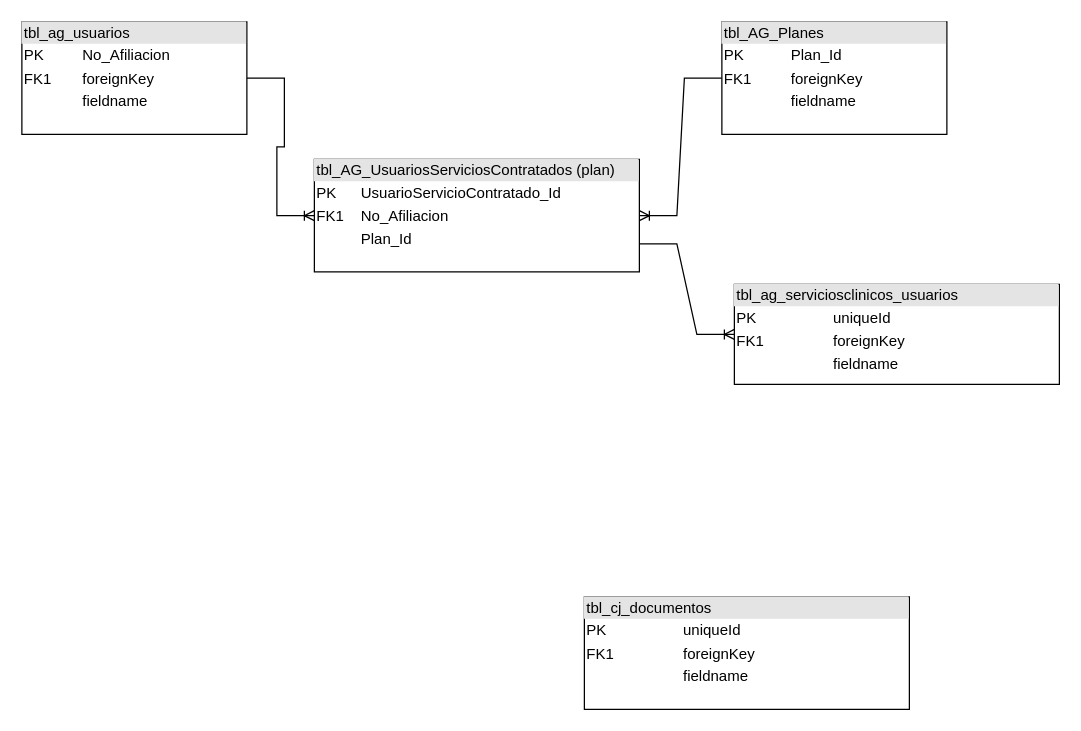
Before: page "Página-1" (1 of 2) of Diagrama sin título.drawio in rsosa02/sam-docs, a draw.io diagram. Source tidied: cells renumbered, new cells numbered last; positions are measured from the earlier drawing's top-left corner, leaving out a move shared by most shapes. Both pictures are drawn from the tidied source at 125%, with x=0, y=0 at pixel (21, 21).
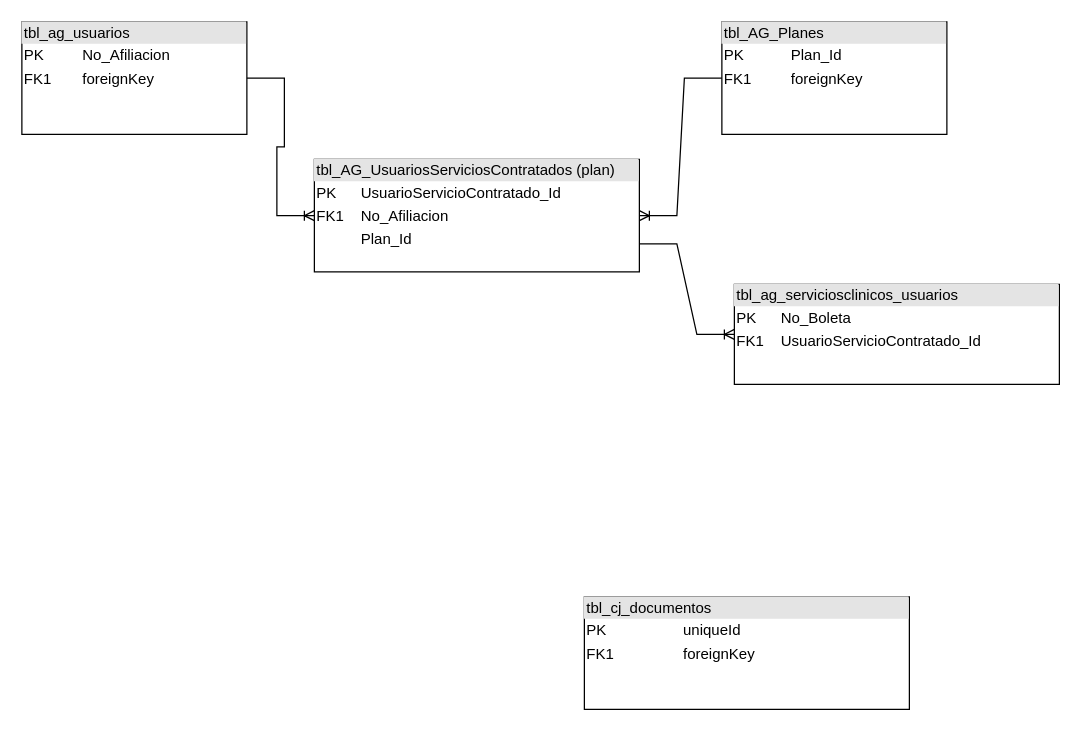
Above is the later version.

Diff of the diagram source:
```diff
@@
 <mxGraphModel>
   <root>
     <mxCell id="0" />
     <mxCell id="1" parent="0" />
     <mxCell id="2" value="&lt;div style=&quot;box-sizing:border-box;width:100%;background:#e4e4e4;padding:2px;&quot;&gt;tbl_AG_UsuariosServiciosContratados (plan)&lt;/div&gt;&lt;table style=&quot;width:100%;font-size:1em;&quot; cellpadding=&quot;2&quot; cellspacing=&quot;0&quot;&gt;&lt;tbody&gt;&lt;tr&gt;&lt;td&gt;PK&lt;/td&gt;&lt;td&gt;UsuarioServicioContratado_Id&lt;/td&gt;&lt;/tr&gt;&lt;tr&gt;&lt;td&gt;FK1&lt;/td&gt;&lt;td&gt;No_Afiliacion&lt;/td&gt;&lt;/tr&gt;&lt;tr&gt;&lt;td&gt;&lt;/td&gt;&lt;td&gt;Plan_Id&lt;/td&gt;&lt;/tr&gt;&lt;/tbody&gt;&lt;/table&gt;" style="verticalAlign=top;align=left;overflow=fill;html=1;" parent="1" vertex="1">
       <mxGeometry x="234" y="110" width="260" height="90" as="geometry" />
     </mxCell>
-    <mxCell id="3" value="&lt;div style=&quot;box-sizing:border-box;width:100%;background:#e4e4e4;padding:2px;&quot;&gt;tbl_ag_usuarios&lt;/div&gt;&lt;table style=&quot;width:100%;font-size:1em;&quot; cellpadding=&quot;2&quot; cellspacing=&quot;0&quot;&gt;&lt;tbody&gt;&lt;tr&gt;&lt;td&gt;PK&lt;/td&gt;&lt;td&gt;No_Afiliacion&lt;/td&gt;&lt;/tr&gt;&lt;tr&gt;&lt;td&gt;FK1&lt;/td&gt;&lt;td&gt;foreignKey&lt;/td&gt;&lt;/tr&gt;&lt;tr&gt;&lt;td&gt;&lt;/td&gt;&lt;td&gt;fieldname&lt;/td&gt;&lt;/tr&gt;&lt;/tbody&gt;&lt;/table&gt;" style="verticalAlign=top;align=left;overflow=fill;html=1;" parent="1" vertex="1">
+    <mxCell id="3" value="&lt;div style=&quot;box-sizing:border-box;width:100%;background:#e4e4e4;padding:2px;&quot;&gt;tbl_ag_usuarios&lt;/div&gt;&lt;table style=&quot;width:100%;font-size:1em;&quot; cellpadding=&quot;2&quot; cellspacing=&quot;0&quot;&gt;&lt;tbody&gt;&lt;tr&gt;&lt;td&gt;PK&lt;/td&gt;&lt;td&gt;No_Afiliacion&lt;/td&gt;&lt;/tr&gt;&lt;tr&gt;&lt;td&gt;FK1&lt;/td&gt;&lt;td&gt;foreignKey&lt;/td&gt;&lt;/tr&gt;&lt;tr&gt;&lt;td&gt;&lt;/td&gt;&lt;td&gt;&lt;br&gt;&lt;/td&gt;&lt;/tr&gt;&lt;/tbody&gt;&lt;/table&gt;" style="verticalAlign=top;align=left;overflow=fill;html=1;" parent="1" vertex="1">
       <mxGeometry width="180" height="90" as="geometry" />
     </mxCell>
-    <mxCell id="4" value="&lt;div style=&quot;box-sizing:border-box;width:100%;background:#e4e4e4;padding:2px;&quot;&gt;tbl_cj_documentos&lt;/div&gt;&lt;table style=&quot;width:100%;font-size:1em;&quot; cellpadding=&quot;2&quot; cellspacing=&quot;0&quot;&gt;&lt;tbody&gt;&lt;tr&gt;&lt;td&gt;PK&lt;/td&gt;&lt;td&gt;uniqueId&lt;/td&gt;&lt;/tr&gt;&lt;tr&gt;&lt;td&gt;FK1&lt;/td&gt;&lt;td&gt;foreignKey&lt;/td&gt;&lt;/tr&gt;&lt;tr&gt;&lt;td&gt;&lt;/td&gt;&lt;td&gt;fieldname&lt;/td&gt;&lt;/tr&gt;&lt;/tbody&gt;&lt;/table&gt;" style="verticalAlign=top;align=left;overflow=fill;html=1;" parent="1" vertex="1">
+    <mxCell id="4" value="&lt;div style=&quot;box-sizing:border-box;width:100%;background:#e4e4e4;padding:2px;&quot;&gt;tbl_cj_documentos&lt;/div&gt;&lt;table style=&quot;width:100%;font-size:1em;&quot; cellpadding=&quot;2&quot; cellspacing=&quot;0&quot;&gt;&lt;tbody&gt;&lt;tr&gt;&lt;td&gt;PK&lt;/td&gt;&lt;td&gt;uniqueId&lt;/td&gt;&lt;/tr&gt;&lt;tr&gt;&lt;td&gt;FK1&lt;/td&gt;&lt;td&gt;foreignKey&lt;/td&gt;&lt;/tr&gt;&lt;tr&gt;&lt;td&gt;&lt;/td&gt;&lt;td&gt;&lt;br&gt;&lt;/td&gt;&lt;/tr&gt;&lt;/tbody&gt;&lt;/table&gt;" style="verticalAlign=top;align=left;overflow=fill;html=1;" parent="1" vertex="1">
       <mxGeometry x="450" y="460" width="260" height="90" as="geometry" />
     </mxCell>
-    <mxCell id="5" value="&lt;div style=&quot;box-sizing:border-box;width:100%;background:#e4e4e4;padding:2px;&quot;&gt;tbl_ag_serviciosclinicos_usuarios&lt;/div&gt;&lt;table style=&quot;width:100%;font-size:1em;&quot; cellpadding=&quot;2&quot; cellspacing=&quot;0&quot;&gt;&lt;tbody&gt;&lt;tr&gt;&lt;td&gt;PK&lt;/td&gt;&lt;td&gt;uniqueId&lt;/td&gt;&lt;/tr&gt;&lt;tr&gt;&lt;td&gt;FK1&lt;/td&gt;&lt;td&gt;foreignKey&lt;/td&gt;&lt;/tr&gt;&lt;tr&gt;&lt;td&gt;&lt;/td&gt;&lt;td&gt;fieldname&lt;/td&gt;&lt;/tr&gt;&lt;/tbody&gt;&lt;/table&gt;" style="verticalAlign=top;align=left;overflow=fill;html=1;" parent="1" vertex="1">
+    <mxCell id="5" value="&lt;div style=&quot;box-sizing:border-box;width:100%;background:#e4e4e4;padding:2px;&quot;&gt;tbl_ag_serviciosclinicos_usuarios&lt;/div&gt;&lt;table style=&quot;width:100%;font-size:1em;&quot; cellpadding=&quot;2&quot; cellspacing=&quot;0&quot;&gt;&lt;tbody&gt;&lt;tr&gt;&lt;td&gt;PK&lt;/td&gt;&lt;td&gt;No_Boleta&lt;/td&gt;&lt;/tr&gt;&lt;tr&gt;&lt;td&gt;FK1&lt;/td&gt;&lt;td&gt;UsuarioServicioContratado_Id&lt;/td&gt;&lt;/tr&gt;&lt;tr&gt;&lt;td&gt;&lt;/td&gt;&lt;td&gt;&lt;br&gt;&lt;/td&gt;&lt;/tr&gt;&lt;/tbody&gt;&lt;/table&gt;" style="verticalAlign=top;align=left;overflow=fill;html=1;" parent="1" vertex="1">
       <mxGeometry x="570" y="210" width="260" height="80" as="geometry" />
     </mxCell>
-    <mxCell id="6" value="&lt;div style=&quot;box-sizing:border-box;width:100%;background:#e4e4e4;padding:2px;&quot;&gt;tbl_AG_Planes&lt;/div&gt;&lt;table style=&quot;width:100%;font-size:1em;&quot; cellpadding=&quot;2&quot; cellspacing=&quot;0&quot;&gt;&lt;tbody&gt;&lt;tr&gt;&lt;td&gt;PK&lt;/td&gt;&lt;td&gt;Plan_Id&lt;/td&gt;&lt;/tr&gt;&lt;tr&gt;&lt;td&gt;FK1&lt;/td&gt;&lt;td&gt;foreignKey&lt;/td&gt;&lt;/tr&gt;&lt;tr&gt;&lt;td&gt;&lt;/td&gt;&lt;td&gt;fieldname&lt;/td&gt;&lt;/tr&gt;&lt;/tbody&gt;&lt;/table&gt;" style="verticalAlign=top;align=left;overflow=fill;html=1;" parent="1" vertex="1">
+    <mxCell id="6" value="&lt;div style=&quot;box-sizing:border-box;width:100%;background:#e4e4e4;padding:2px;&quot;&gt;tbl_AG_Planes&lt;/div&gt;&lt;table style=&quot;width:100%;font-size:1em;&quot; cellpadding=&quot;2&quot; cellspacing=&quot;0&quot;&gt;&lt;tbody&gt;&lt;tr&gt;&lt;td&gt;PK&lt;/td&gt;&lt;td&gt;Plan_Id&lt;/td&gt;&lt;/tr&gt;&lt;tr&gt;&lt;td&gt;FK1&lt;/td&gt;&lt;td&gt;foreignKey&lt;/td&gt;&lt;/tr&gt;&lt;tr&gt;&lt;td&gt;&lt;/td&gt;&lt;td&gt;&lt;br&gt;&lt;/td&gt;&lt;/tr&gt;&lt;/tbody&gt;&lt;/table&gt;" style="verticalAlign=top;align=left;overflow=fill;html=1;" parent="1" vertex="1">
       <mxGeometry x="560" width="180" height="90" as="geometry" />
     </mxCell>
     <mxCell id="7" style="edgeStyle=entityRelationEdgeStyle;fontSize=12;html=1;endArrow=ERoneToMany;rounded=0;fontFamily=Helvetica;exitX=1;exitY=0.5;exitDx=0;exitDy=0;" parent="1" edge="1" source="3" target="2">
       <mxGeometry relative="1" as="geometry" />
     </mxCell>
     <mxCell id="8" style="edgeStyle=entityRelationEdgeStyle;fontSize=12;html=1;endArrow=ERoneToMany;rounded=0;fontFamily=Helvetica;exitX=0;exitY=0.5;exitDx=0;exitDy=0;entryX=1;entryY=0.5;entryDx=0;entryDy=0;" parent="1" edge="1" source="6" target="2">
       <mxGeometry relative="1" as="geometry" />
     </mxCell>
     <mxCell id="9" style="edgeStyle=entityRelationEdgeStyle;fontSize=12;html=1;endArrow=ERoneToMany;rounded=0;fontFamily=Helvetica;entryX=0;entryY=0.5;entryDx=0;entryDy=0;exitX=1;exitY=0.75;exitDx=0;exitDy=0;" parent="1" edge="1" source="2" target="5">
       <mxGeometry relative="1" as="geometry" />
     </mxCell>
   </root>
 </mxGraphModel>
```
